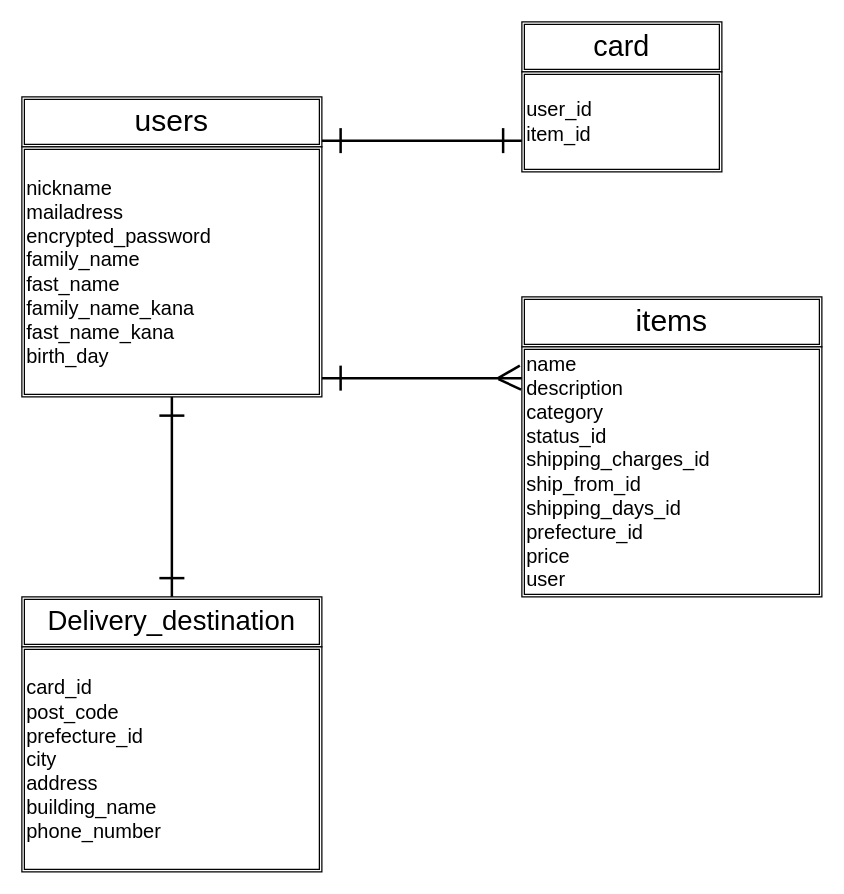
Above: FURIMA-34727.dio in LYFTaoz/furima-34727 (draw.io), before the change. Source tidied: cells renumbered, new cells numbered last; positions are measured from the earlier drawing's top-left corner, leaving out a move shared by most shapes. Both pictures are drawn from the tidied source at 125%, with x=0, y=0 at pixel (21, 21).
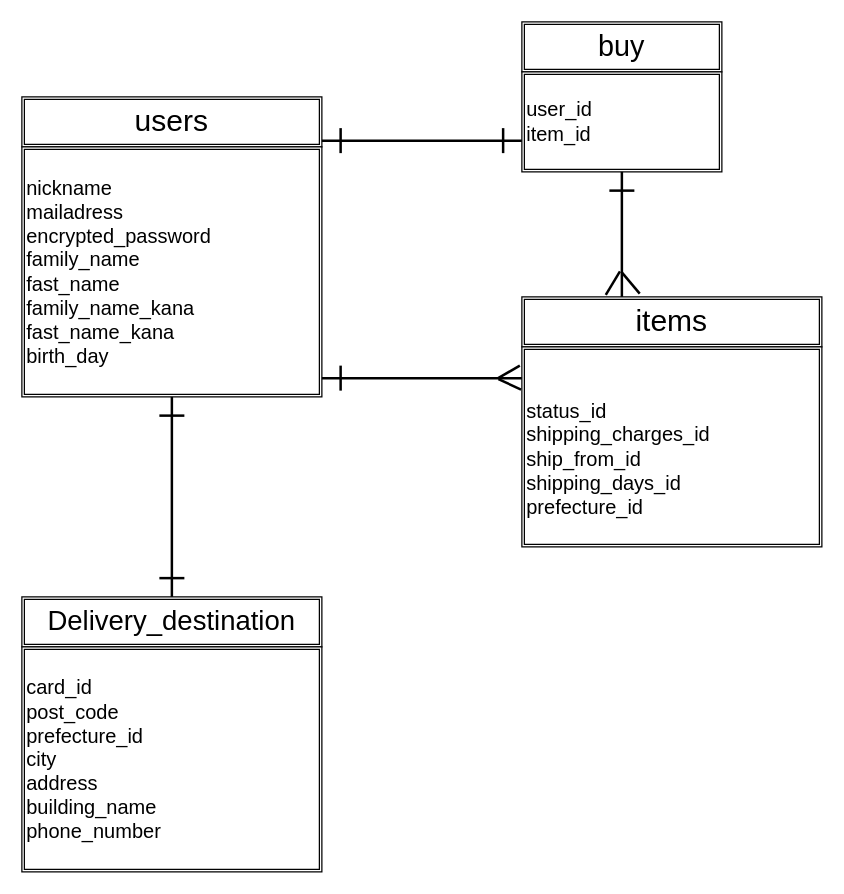
The same diagram, later.

Commit message (it also covers changes not shown here):
データベース設計　修正３

Change to the diagram source:
```diff
@@
-    <mxCell id="4" value="&lt;font style=&quot;font-size: 23px&quot;&gt;card&lt;/font&gt;" style="shape=ext;double=1;rounded=0;whiteSpace=wrap;html=1;fontSize=16;align=center;" parent="1" vertex="1">
+    <mxCell id="4" value="&lt;span style=&quot;font-size: 23px&quot;&gt;buy&lt;/span&gt;" style="shape=ext;double=1;rounded=0;whiteSpace=wrap;html=1;fontSize=16;align=center;" parent="1" vertex="1">
       <mxGeometry x="400" width="160" height="40" as="geometry" />
     </mxCell>
@@
-    <mxCell id="10" value="name&lt;br&gt;description&lt;br&gt;category&lt;br&gt;status_id&lt;br&gt;shipping_charges_id&lt;br&gt;ship_from_id&lt;br&gt;shipping_days_id&lt;br&gt;prefecture_id&lt;br&gt;price&lt;br&gt;user" style="shape=ext;double=1;rounded=0;whiteSpace=wrap;html=1;fontSize=16;align=left;" parent="1" vertex="1">
-      <mxGeometry x="400" y="260" width="240" height="200" as="geometry" />
+    <mxCell id="10" value="&lt;br&gt;status_id&lt;br&gt;shipping_charges_id&lt;br&gt;ship_from_id&lt;br&gt;shipping_days_id&lt;br&gt;prefecture_id&lt;br&gt;" style="shape=ext;double=1;rounded=0;whiteSpace=wrap;html=1;fontSize=16;align=left;" parent="1" vertex="1">
+      <mxGeometry x="400" y="260" width="240" height="160" as="geometry" />
     </mxCell>
@@
+    <mxCell id="21" style="line;strokeWidth=2;direction=south;html=1;rounded=0;fontSize=16;align=left;labelBackgroundColor=#FFFFFF;" parent="1" vertex="1">
+      <mxGeometry x="475" y="120" width="10" height="100" as="geometry" />
+    </mxCell>
+    <mxCell id="22" style="line;strokeWidth=2;html=1;rounded=0;fontSize=16;align=left;" parent="1" vertex="1">
+      <mxGeometry x="470" y="130" width="20" height="10" as="geometry" />
+    </mxCell>
+    <mxCell id="23" style="line;strokeWidth=2;direction=south;html=1;rounded=0;fontSize=16;align=left;rotation=31;" parent="1" vertex="1">
+      <mxGeometry x="460.6" y="198" width="24.4" height="22" as="geometry" />
+    </mxCell>
+    <mxCell id="24" style="line;strokeWidth=2;direction=south;html=1;rounded=0;fontSize=16;align=left;rotation=-40;" parent="1" vertex="1">
+      <mxGeometry x="475" y="198" width="24.4" height="22" as="geometry" />
+    </mxCell>
```
